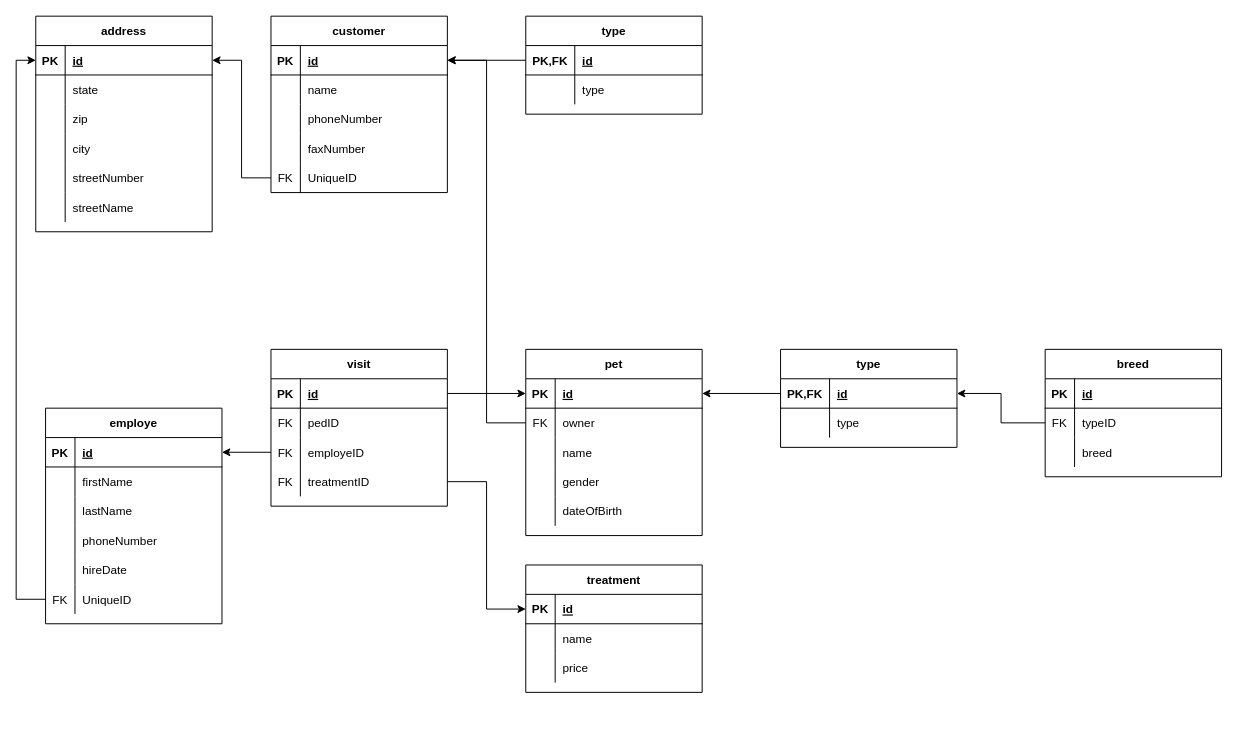
The draw.io diagram webbutveckling/Databaser/Moment2/relationModel.drawio in EliasEriksson/miun, before the edit. Source tidied: cells renumbered, new cells numbered last; positions are measured from the earlier drawing's top-left corner, leaving out a move shared by most shapes. Both pictures are drawn from the tidied source at 98%, with x=0, y=0 at pixel (35, 16).
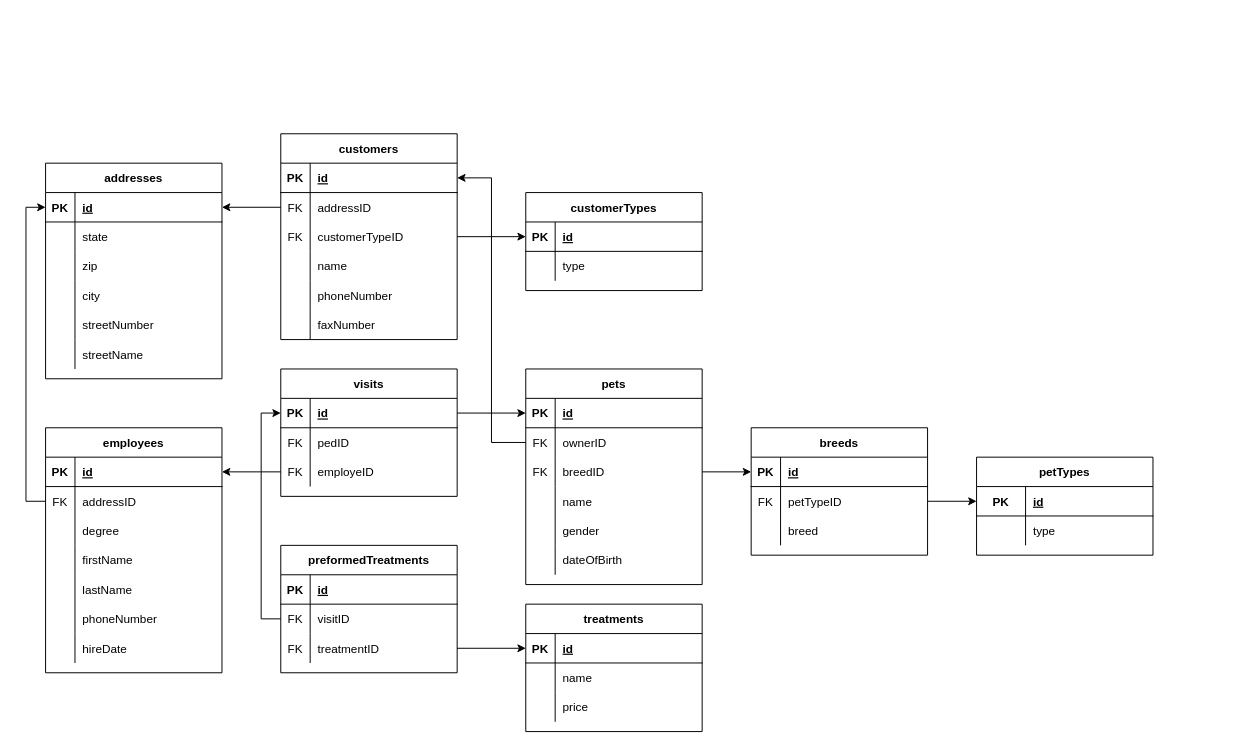
Above is the later version.

Unchanged cells that the change refers to:
```xml
<mxCell id="41" style="shape=partialRectangle;fillColor=none;top=0;left=0;bottom=1;right=0;points=[[0,0.5],[1,0.5]];portConstraint=eastwest;" parent="40" vertex="1">
  <mxGeometry y="30" width="180" height="30" as="geometry" />
</mxCell>
<mxCell id="57" style="shape=partialRectangle;fillColor=none;top=0;left=0;bottom=1;right=0;points=[[0,0.5],[1,0.5]];portConstraint=eastwest;" parent="56" vertex="1">
  <mxGeometry y="30" width="180" height="30" as="geometry" />
</mxCell>
<mxCell id="60" style="shape=partialRectangle;fillColor=none;top=0;left=0;bottom=0;right=0;" parent="56" vertex="1">
  <mxGeometry y="60" width="180" height="30" as="geometry" />
</mxCell>
<mxCell id="65" style="shape=partialRectangle;fillColor=none;top=0;left=0;bottom=1;right=0;points=[[0,0.5],[1,0.5]];portConstraint=eastwest;" parent="64" vertex="1">
  <mxGeometry y="30" width="180" height="30" as="geometry" />
</mxCell>
<mxCell id="68" style="shape=partialRectangle;fillColor=none;top=0;left=0;bottom=0;right=0;points=[[0,0.5],[1,0.5]];portConstraint=eastwest;" parent="64" vertex="1">
  <mxGeometry y="60" width="180" height="30" as="geometry" />
</mxCell>
<mxCell id="81" style="shape=partialRectangle;fillColor=none;top=0;left=0;bottom=1;right=0;points=[[0,0.5],[1,0.5]];portConstraint=eastwest;" parent="80" vertex="1">
  <mxGeometry y="30" width="180" height="30" as="geometry" />
</mxCell>
<mxCell id="89" style="shape=partialRectangle;fillColor=none;top=0;left=0;bottom=1;right=0;points=[[0,0.5],[1,0.5]];portConstraint=eastwest;" parent="88" vertex="1">
  <mxGeometry y="30" width="180" height="30" as="geometry" />
</mxCell>
<mxCell id="92" style="shape=partialRectangle;fillColor=none;top=0;left=0;bottom=0;right=0;points=[[0,0.5],[1,0.5]];portConstraint=eastwest;" parent="88" vertex="1">
  <mxGeometry y="60" width="180" height="30" as="geometry" />
</mxCell>
<mxCell id="101" style="shape=partialRectangle;fillColor=none;top=0;left=0;bottom=1;right=0;points=[[0,0.5],[1,0.5]];portConstraint=eastwest;" parent="100" vertex="1">
  <mxGeometry y="30" width="180" height="30" as="geometry" />
</mxCell>
<mxCell id="115" style="shape=partialRectangle;fillColor=none;top=0;left=0;bottom=1;right=0;points=[[0,0.5],[1,0.5]];portConstraint=eastwest;" parent="114" vertex="1">
  <mxGeometry y="30" width="180" height="30" as="geometry" />
</mxCell>
```

The edit, as a diff of the source:
```diff
@@
-    <mxCell id="2" value="employe" style="shape=table;startSize=30;childLayout=tableLayout;rowLines=0;fontStyle=1;align=center;" parent="1" vertex="1">
-      <mxGeometry x="10" y="400" width="180" height="220" as="geometry" />
+    <mxCell id="2" value="employees" style="shape=table;startSize=30;childLayout=tableLayout;rowLines=0;fontStyle=1;align=center;" parent="1" vertex="1">
+      <mxGeometry x="10" y="420" width="180" height="250" as="geometry" />
     </mxCell>
@@
+    <mxCell id="18" style="shape=partialRectangle;fillColor=none;top=0;left=0;bottom=0;right=0;points=[[0,0.5],[1,0.5]];portConstraint=eastwest;" parent="2" vertex="1">
+      <mxGeometry y="60" width="180" height="30" as="geometry" />
+    </mxCell>
+    <mxCell id="19" value="FK" style="shape=partialRectangle;fillColor=none;top=0;left=0;bottom=0;right=0;fontStyle=0;overflow=hidden;" parent="18" vertex="1">
+      <mxGeometry width="30" height="30" as="geometry" />
+    </mxCell>
+    <mxCell id="20" value="addressID" style="shape=partialRectangle;fillColor=none;top=0;left=0;bottom=0;right=0;align=left;spacingLeft=6;fontStyle=0;overflow=hidden;" parent="18" vertex="1">
+      <mxGeometry x="30" width="150" height="30" as="geometry" />
+    </mxCell>
+    <mxCell id="128" style="shape=partialRectangle;fillColor=none;top=0;left=0;bottom=0;right=0;" parent="2" vertex="1">
+      <mxGeometry y="90" width="180" height="30" as="geometry" />
+    </mxCell>
+    <mxCell id="129" style="shape=partialRectangle;fillColor=none;top=0;left=0;bottom=0;right=0;overflow=hidden;" parent="128" vertex="1">
+      <mxGeometry width="30" height="30" as="geometry" />
+    </mxCell>
+    <mxCell id="130" value="degree" style="shape=partialRectangle;fillColor=none;top=0;left=0;bottom=0;right=0;align=left;spacingLeft=6;overflow=hidden;" parent="128" vertex="1">
+      <mxGeometry x="30" width="150" height="30" as="geometry" />
+    </mxCell>
     <mxCell id="6" style="shape=partialRectangle;fillColor=none;top=0;left=0;bottom=0;right=0;" parent="2" vertex="1">
-      <mxGeometry y="60" width="180" height="30" as="geometry" />
+      <mxGeometry y="120" width="180" height="30" as="geometry" />
     </mxCell>
@@
     <mxCell id="9" style="shape=partialRectangle;fillColor=none;top=0;left=0;bottom=0;right=0;" parent="2" vertex="1">
-      <mxGeometry y="90" width="180" height="30" as="geometry" />
+      <mxGeometry y="150" width="180" height="30" as="geometry" />
     </mxCell>
@@
     <mxCell id="12" style="shape=partialRectangle;fillColor=none;top=0;left=0;bottom=0;right=0;" parent="2" vertex="1">
-      <mxGeometry y="120" width="180" height="30" as="geometry" />
+      <mxGeometry y="180" width="180" height="30" as="geometry" />
     </mxCell>
@@
     <mxCell id="15" style="shape=partialRectangle;fillColor=none;top=0;left=0;bottom=0;right=0;" parent="2" vertex="1">
-      <mxGeometry y="150" width="180" height="30" as="geometry" />
+      <mxGeometry y="210" width="180" height="30" as="geometry" />
     </mxCell>
@@
-    <mxCell id="18" style="shape=partialRectangle;fillColor=none;top=0;left=0;bottom=0;right=0;points=[[0,0.5],[1,0.5]];portConstraint=eastwest;" parent="2" vertex="1">
-      <mxGeometry y="180" width="180" height="30" as="geometry" />
-    </mxCell>
-    <mxCell id="19" value="FK" style="shape=partialRectangle;fillColor=none;top=0;left=0;bottom=0;right=0;fontStyle=0;overflow=hidden;" parent="18" vertex="1">
-      <mxGeometry width="30" height="30" as="geometry" />
-    </mxCell>
-    <mxCell id="20" value="UniqueID" style="shape=partialRectangle;fillColor=none;top=0;left=0;bottom=0;right=0;align=left;spacingLeft=6;fontStyle=0;overflow=hidden;" parent="18" vertex="1">
-      <mxGeometry x="30" width="150" height="30" as="geometry" />
-    </mxCell>
-    <mxCell id="21" value="address" style="shape=table;startSize=30;childLayout=tableLayout;rowLines=0;fontStyle=1;align=center;" parent="1" vertex="1">
-      <mxGeometry width="180" height="220" as="geometry" />
+    <mxCell id="21" value="addresses" style="shape=table;startSize=30;childLayout=tableLayout;rowLines=0;fontStyle=1;align=center;" parent="1" vertex="1">
+      <mxGeometry x="10" y="150" width="180" height="220" as="geometry" />
     </mxCell>
@@
-    <mxCell id="40" value="customer" style="shape=table;startSize=30;childLayout=tableLayout;rowLines=0;fontStyle=1;align=center;" parent="1" vertex="1">
-      <mxGeometry x="240" width="180" height="180" as="geometry" />
+    <mxCell id="40" value="customers" style="shape=table;startSize=30;childLayout=tableLayout;rowLines=0;fontStyle=1;align=center;" parent="1" vertex="1">
+      <mxGeometry x="250" y="120" width="180" height="210" as="geometry" />
     </mxCell>
@@
+    <mxCell id="53" style="shape=partialRectangle;fillColor=none;top=0;left=0;bottom=0;right=0;points=[[0,0.5],[1,0.5]];portConstraint=eastwest;" parent="40" vertex="1">
+      <mxGeometry y="60" width="180" height="30" as="geometry" />
+    </mxCell>
+    <mxCell id="54" value="FK" style="shape=partialRectangle;fillColor=none;top=0;left=0;bottom=0;right=0;fontStyle=0;overflow=hidden;" parent="53" vertex="1">
+      <mxGeometry width="30" height="30" as="geometry" />
+    </mxCell>
+    <mxCell id="55" value="addressID" style="shape=partialRectangle;fillColor=none;top=0;left=0;bottom=0;right=0;align=left;spacingLeft=6;fontStyle=0;overflow=hidden;" parent="53" vertex="1">
+      <mxGeometry x="30" width="150" height="30" as="geometry" />
+    </mxCell>
+    <mxCell id="131" style="shape=partialRectangle;fillColor=none;top=0;left=0;bottom=0;right=0;points=[[0,0.5],[1,0.5]];portConstraint=eastwest;" parent="40" vertex="1">
+      <mxGeometry y="90" width="180" height="30" as="geometry" />
+    </mxCell>
+    <mxCell id="132" value="FK" style="shape=partialRectangle;fillColor=none;top=0;left=0;bottom=0;right=0;fontStyle=0;overflow=hidden;" parent="131" vertex="1">
+      <mxGeometry width="30" height="30" as="geometry" />
+    </mxCell>
+    <mxCell id="133" value="customerTypeID" style="shape=partialRectangle;fillColor=none;top=0;left=0;bottom=0;right=0;align=left;spacingLeft=6;fontStyle=0;overflow=hidden;" parent="131" vertex="1">
+      <mxGeometry x="30" width="150" height="30" as="geometry" />
+    </mxCell>
     <mxCell id="44" style="shape=partialRectangle;fillColor=none;top=0;left=0;bottom=0;right=0;" parent="40" vertex="1">
-      <mxGeometry y="60" width="180" height="30" as="geometry" />
+      <mxGeometry y="120" width="180" height="30" as="geometry" />
     </mxCell>
@@
     <mxCell id="47" style="shape=partialRectangle;fillColor=none;top=0;left=0;bottom=0;right=0;" parent="40" vertex="1">
-      <mxGeometry y="90" width="180" height="30" as="geometry" />
+      <mxGeometry y="150" width="180" height="30" as="geometry" />
     </mxCell>
@@
     <mxCell id="50" style="shape=partialRectangle;fillColor=none;top=0;left=0;bottom=0;right=0;" parent="40" vertex="1">
-      <mxGeometry y="120" width="180" height="30" as="geometry" />
+      <mxGeometry y="180" width="180" height="30" as="geometry" />
     </mxCell>
@@
-    <mxCell id="53" style="shape=partialRectangle;fillColor=none;top=0;left=0;bottom=0;right=0;points=[[0,0.5],[1,0.5]];portConstraint=eastwest;" parent="40" vertex="1">
-      <mxGeometry y="150" width="180" height="30" as="geometry" />
-    </mxCell>
-    <mxCell id="54" value="FK" style="shape=partialRectangle;fillColor=none;top=0;left=0;bottom=0;right=0;fontStyle=0;overflow=hidden;" parent="53" vertex="1">
-      <mxGeometry width="30" height="30" as="geometry" />
-    </mxCell>
-    <mxCell id="55" value="UniqueID" style="shape=partialRectangle;fillColor=none;top=0;left=0;bottom=0;right=0;align=left;spacingLeft=6;fontStyle=0;overflow=hidden;" parent="53" vertex="1">
-      <mxGeometry x="30" width="150" height="30" as="geometry" />
-    </mxCell>
-    <mxCell id="56" value="type" style="shape=table;startSize=30;childLayout=tableLayout;rowLines=0;fontStyle=1;align=center;" parent="1" vertex="1">
-      <mxGeometry x="500" width="180" height="100" as="geometry" />
+    <mxCell id="56" value="customerTypes" style="shape=table;startSize=30;childLayout=tableLayout;rowLines=0;fontStyle=1;align=center;" parent="1" vertex="1">
+      <mxGeometry x="500" y="180" width="180" height="100" as="geometry" />
     </mxCell>
@@
-    <mxCell id="58" value="PK,FK" style="shape=partialRectangle;fillColor=none;top=0;left=0;bottom=0;right=0;fontStyle=1;overflow=hidden;" parent="57" vertex="1">
-      <mxGeometry width="50" height="30" as="geometry" />
+    <mxCell id="58" value="PK" style="shape=partialRectangle;fillColor=none;top=0;left=0;bottom=0;right=0;fontStyle=1;overflow=hidden;" parent="57" vertex="1">
+      <mxGeometry width="30" height="30" as="geometry" />
     </mxCell>
     <mxCell id="59" value="id" style="shape=partialRectangle;fillColor=none;top=0;left=0;bottom=0;right=0;align=left;spacingLeft=6;fontStyle=5;overflow=hidden;" parent="57" vertex="1">
-      <mxGeometry x="50" width="130" height="30" as="geometry" />
+      <mxGeometry x="30" width="150" height="30" as="geometry" />
     </mxCell>
@@
     <mxCell id="61" style="shape=partialRectangle;fillColor=none;top=0;left=0;bottom=0;right=0;overflow=hidden;" parent="60" vertex="1">
-      <mxGeometry width="50" height="30" as="geometry" />
+      <mxGeometry width="30" height="30" as="geometry" />
     </mxCell>
     <mxCell id="62" value="type" style="shape=partialRectangle;fillColor=none;top=0;left=0;bottom=0;right=0;align=left;spacingLeft=6;overflow=hidden;" parent="60" vertex="1">
-      <mxGeometry x="50" width="130" height="30" as="geometry" />
+      <mxGeometry x="30" width="150" height="30" as="geometry" />
     </mxCell>
-    <mxCell id="63" style="edgeStyle=orthogonalEdgeStyle;rounded=0;jettySize=auto;html=1;entryX=1;entryY=0.5;entryDx=0;entryDy=0;" parent="1" edge="1" source="57" target="41">
-      <mxGeometry relative="1" as="geometry" />
-    </mxCell>
-    <mxCell id="64" value="pet" style="shape=table;startSize=30;childLayout=tableLayout;rowLines=0;fontStyle=1;align=center;" parent="1" vertex="1">
-      <mxGeometry x="500" y="340" width="180" height="190" as="geometry" />
+    <mxCell id="64" value="pets" style="shape=table;startSize=30;childLayout=tableLayout;rowLines=0;fontStyle=1;align=center;" parent="1" vertex="1">
+      <mxGeometry x="500" y="360" width="180" height="220" as="geometry" />
     </mxCell>
@@
-    <mxCell id="70" value="owner" style="shape=partialRectangle;fillColor=none;top=0;left=0;bottom=0;right=0;align=left;spacingLeft=6;fontStyle=0;overflow=hidden;" parent="68" vertex="1">
+    <mxCell id="70" value="ownerID" style="shape=partialRectangle;fillColor=none;top=0;left=0;bottom=0;right=0;align=left;spacingLeft=6;fontStyle=0;overflow=hidden;" parent="68" vertex="1">
       <mxGeometry x="30" width="150" height="30" as="geometry" />
     </mxCell>
+    <mxCell id="134" style="shape=partialRectangle;fillColor=none;top=0;left=0;bottom=0;right=0;points=[[0,0.5],[1,0.5]];portConstraint=eastwest;" parent="64" vertex="1">
+      <mxGeometry y="90" width="180" height="30" as="geometry" />
+    </mxCell>
+    <mxCell id="135" value="FK" style="shape=partialRectangle;fillColor=none;top=0;left=0;bottom=0;right=0;fontStyle=0;overflow=hidden;" parent="134" vertex="1">
+      <mxGeometry width="30" height="30" as="geometry" />
+    </mxCell>
+    <mxCell id="136" value="breedID" style="shape=partialRectangle;fillColor=none;top=0;left=0;bottom=0;right=0;align=left;spacingLeft=6;fontStyle=0;overflow=hidden;" parent="134" vertex="1">
+      <mxGeometry x="30" width="150" height="30" as="geometry" />
+    </mxCell>
     <mxCell id="71" style="shape=partialRectangle;fillColor=none;top=0;left=0;bottom=0;right=0;" parent="64" vertex="1">
-      <mxGeometry y="90" width="180" height="30" as="geometry" />
+      <mxGeometry y="120" width="180" height="30" as="geometry" />
     </mxCell>
@@
     <mxCell id="74" style="shape=partialRectangle;fillColor=none;top=0;left=0;bottom=0;right=0;" parent="64" vertex="1">
-      <mxGeometry y="120" width="180" height="30" as="geometry" />
+      <mxGeometry y="150" width="180" height="30" as="geometry" />
     </mxCell>
@@
     <mxCell id="77" style="shape=partialRectangle;fillColor=none;top=0;left=0;bottom=0;right=0;" parent="64" vertex="1">
-      <mxGeometry y="150" width="180" height="30" as="geometry" />
+      <mxGeometry y="180" width="180" height="30" as="geometry" />
     </mxCell>
@@
-    <mxCell id="80" value="type" style="shape=table;startSize=30;childLayout=tableLayout;rowLines=0;fontStyle=1;align=center;" parent="1" vertex="1">
-      <mxGeometry x="760" y="340" width="180" height="100" as="geometry" />
+    <mxCell id="80" value="petTypes" style="shape=table;startSize=30;childLayout=tableLayout;rowLines=0;fontStyle=1;align=center;" parent="1" vertex="1">
+      <mxGeometry x="960" y="450" width="180" height="100" as="geometry" />
     </mxCell>
@@
-    <mxCell id="82" value="PK,FK" style="shape=partialRectangle;fillColor=none;top=0;left=0;bottom=0;right=0;fontStyle=1;overflow=hidden;" parent="81" vertex="1">
+    <mxCell id="82" value="PK" style="shape=partialRectangle;fillColor=none;top=0;left=0;bottom=0;right=0;fontStyle=1;overflow=hidden;" parent="81" vertex="1">
       <mxGeometry width="50" height="30" as="geometry" />
     </mxCell>
@@
-    <mxCell id="87" style="edgeStyle=orthogonalEdgeStyle;rounded=0;jettySize=auto;html=1;entryX=1;entryY=0.5;entryDx=0;entryDy=0;" parent="1" edge="1" source="81" target="65">
-      <mxGeometry relative="1" as="geometry" />
-    </mxCell>
-    <mxCell id="88" value="breed" style="shape=table;startSize=30;childLayout=tableLayout;rowLines=0;fontStyle=1;align=center;" parent="1" vertex="1">
-      <mxGeometry x="1030" y="340" width="180" height="130" as="geometry" />
+    <mxCell id="88" value="breeds" style="shape=table;startSize=30;childLayout=tableLayout;rowLines=0;fontStyle=1;align=center;" parent="1" vertex="1">
+      <mxGeometry x="730" y="420" width="180" height="130" as="geometry" />
     </mxCell>
@@
-    <mxCell id="94" value="typeID" style="shape=partialRectangle;fillColor=none;top=0;left=0;bottom=0;right=0;align=left;spacingLeft=6;overflow=hidden;" parent="92" vertex="1">
+    <mxCell id="94" value="petTypeID" style="shape=partialRectangle;fillColor=none;top=0;left=0;bottom=0;right=0;align=left;spacingLeft=6;overflow=hidden;" parent="92" vertex="1">
       <mxGeometry x="30" width="150" height="30" as="geometry" />
     </mxCell>
@@
-    <mxCell id="98" style="edgeStyle=orthogonalEdgeStyle;rounded=0;jettySize=auto;html=1;entryX=1;entryY=0.5;entryDx=0;entryDy=0;" parent="1" edge="1" source="92" target="81">
-      <mxGeometry relative="1" as="geometry" />
-    </mxCell>
@@
-    <mxCell id="100" value="visit" style="shape=table;startSize=30;childLayout=tableLayout;rowLines=0;fontStyle=1;align=center;" parent="1" vertex="1">
-      <mxGeometry x="240" y="340" width="180" height="160" as="geometry" />
+    <mxCell id="100" value="visits" style="shape=table;startSize=30;childLayout=tableLayout;rowLines=0;fontStyle=1;align=center;" parent="1" vertex="1">
+      <mxGeometry x="250" y="360" width="180" height="130" as="geometry" />
     </mxCell>
@@
-    <mxCell id="110" style="shape=partialRectangle;fillColor=none;top=0;left=0;bottom=0;right=0;points=[[0,0.5],[1,0.5]];portConstraint=eastwest;" parent="100" vertex="1">
-      <mxGeometry y="120" width="180" height="30" as="geometry" />
-    </mxCell>
-    <mxCell id="111" value="FK" style="shape=partialRectangle;fillColor=none;top=0;left=0;bottom=0;right=0;fontStyle=0;overflow=hidden;" parent="110" vertex="1">
-      <mxGeometry width="30" height="30" as="geometry" />
-    </mxCell>
-    <mxCell id="112" value="treatmentID" style="shape=partialRectangle;fillColor=none;top=0;left=0;bottom=0;right=0;align=left;spacingLeft=6;fontStyle=0;overflow=hidden;" parent="110" vertex="1">
-      <mxGeometry x="30" width="150" height="30" as="geometry" />
-    </mxCell>
@@
-    <mxCell id="114" value="treatment" style="shape=table;startSize=30;childLayout=tableLayout;rowLines=0;fontStyle=1;align=center;" parent="1" vertex="1">
-      <mxGeometry x="500" y="560" width="180" height="130" as="geometry" />
+    <mxCell id="114" value="treatments" style="shape=table;startSize=30;childLayout=tableLayout;rowLines=0;fontStyle=1;align=center;" parent="1" vertex="1">
+      <mxGeometry x="500" y="600" width="180" height="130" as="geometry" />
     </mxCell>
@@
-    <mxCell id="124" style="edgeStyle=orthogonalEdgeStyle;rounded=0;jettySize=auto;html=1;entryX=0;entryY=0.5;entryDx=0;entryDy=0;" parent="1" edge="1" source="110" target="115">
-      <mxGeometry relative="1" as="geometry" />
-    </mxCell>
@@
+    <mxCell id="137" value="preformedTreatments" style="shape=table;startSize=30;childLayout=tableLayout;rowLines=0;fontStyle=1;align=center;" parent="1" vertex="1">
+      <mxGeometry x="250" y="540" width="180" height="130" as="geometry" />
+    </mxCell>
+    <mxCell id="138" style="shape=partialRectangle;fillColor=none;top=0;left=0;bottom=1;right=0;" parent="137" vertex="1">
+      <mxGeometry y="30" width="180" height="30" as="geometry" />
+    </mxCell>
+    <mxCell id="139" value="PK" style="shape=partialRectangle;fillColor=none;top=0;left=0;bottom=0;right=0;fontStyle=1;overflow=hidden;" parent="138" vertex="1">
+      <mxGeometry width="30" height="30" as="geometry" />
+    </mxCell>
+    <mxCell id="140" value="id" style="shape=partialRectangle;fillColor=none;top=0;left=0;bottom=0;right=0;align=left;spacingLeft=6;fontStyle=5;overflow=hidden;" parent="138" vertex="1">
+      <mxGeometry x="30" width="150" height="30" as="geometry" />
+    </mxCell>
+    <mxCell id="141" style="shape=partialRectangle;fillColor=none;top=0;left=0;bottom=0;right=0;points=[[0,0.5],[1,0.5]];portConstraint=eastwest;" parent="137" vertex="1">
+      <mxGeometry y="60" width="180" height="30" as="geometry" />
+    </mxCell>
+    <mxCell id="142" value="FK" style="shape=partialRectangle;fillColor=none;top=0;left=0;bottom=0;right=0;overflow=hidden;" parent="141" vertex="1">
+      <mxGeometry width="30" height="30" as="geometry" />
+    </mxCell>
+    <mxCell id="143" value="visitID" style="shape=partialRectangle;fillColor=none;top=0;left=0;bottom=0;right=0;align=left;spacingLeft=6;overflow=hidden;" parent="141" vertex="1">
+      <mxGeometry x="30" width="150" height="30" as="geometry" />
+    </mxCell>
+    <mxCell id="144" style="shape=partialRectangle;fillColor=none;top=0;left=0;bottom=0;right=0;points=[[0,0.5],[1,0.5]];portConstraint=eastwest;" parent="137" vertex="1">
+      <mxGeometry y="90" width="180" height="30" as="geometry" />
+    </mxCell>
+    <mxCell id="145" value="FK" style="shape=partialRectangle;fillColor=none;top=0;left=0;bottom=0;right=0;overflow=hidden;" parent="144" vertex="1">
+      <mxGeometry width="30" height="30" as="geometry" />
+    </mxCell>
+    <mxCell id="112" value="treatmentID" style="shape=partialRectangle;fillColor=none;top=0;left=0;bottom=0;right=0;align=left;spacingLeft=6;overflow=hidden;" parent="144" vertex="1">
+      <mxGeometry x="30" width="150" height="30" as="geometry" />
+    </mxCell>
+    <mxCell id="146" style="edgeStyle=orthogonalEdgeStyle;rounded=0;jettySize=auto;html=1;entryX=0;entryY=0.5;entryDx=0;entryDy=0;" parent="1" edge="1" source="141" target="101">
+      <mxGeometry relative="1" as="geometry" />
+    </mxCell>
+    <mxCell id="147" style="edgeStyle=orthogonalEdgeStyle;rounded=0;jettySize=auto;html=1;entryX=0;entryY=0.5;entryDx=0;entryDy=0;" parent="1" edge="1" source="144" target="115">
+      <mxGeometry relative="1" as="geometry" />
+    </mxCell>
+    <mxCell id="148" style="edgeStyle=orthogonalEdgeStyle;rounded=0;jettySize=auto;html=1;entryX=0;entryY=0.5;entryDx=0;entryDy=0;" parent="1" edge="1" source="134" target="89">
+      <mxGeometry relative="1" as="geometry" />
+    </mxCell>
+    <mxCell id="98" style="edgeStyle=orthogonalEdgeStyle;rounded=0;jettySize=auto;html=1;entryX=0;entryY=0.5;entryDx=0;entryDy=0;" parent="1" edge="1" source="92" target="81">
+      <mxGeometry relative="1" as="geometry" />
+    </mxCell>
+    <mxCell id="149" style="edgeStyle=orthogonalEdgeStyle;rounded=0;jettySize=auto;html=1;entryX=0;entryY=0.5;entryDx=0;entryDy=0;" parent="1" edge="1" source="131" target="57">
+      <mxGeometry relative="1" as="geometry" />
+    </mxCell>
```
